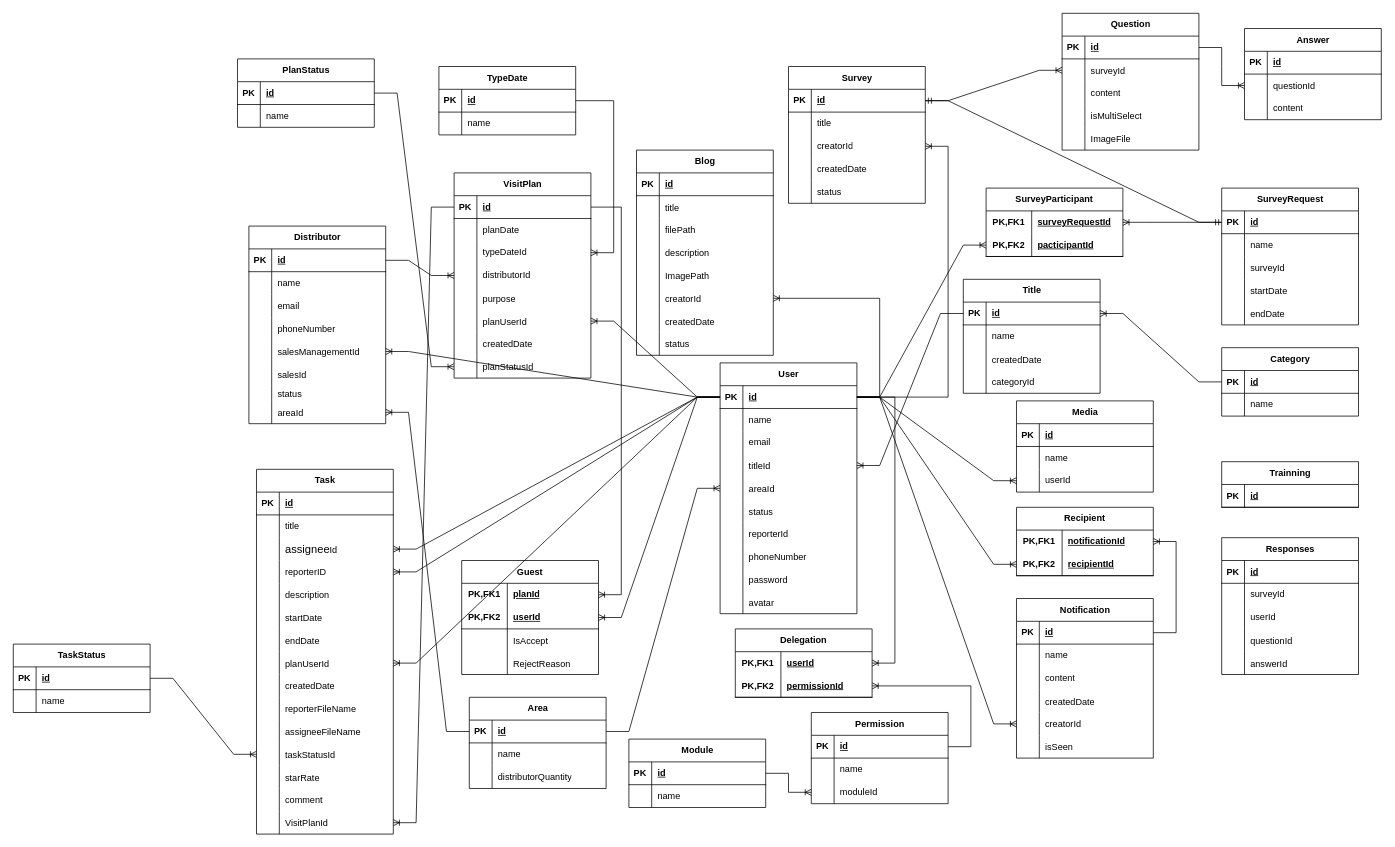
Earlier version of the draw.io diagram ERD.drawio (hoainam3152/CDExellentApp). Source tidied: cells renumbered, new cells numbered last; positions are measured from the earlier drawing's top-left corner, leaving out a move shared by most shapes. Both pictures are drawn from the tidied source at 76%, with x=0, y=0 at pixel (13, 13).
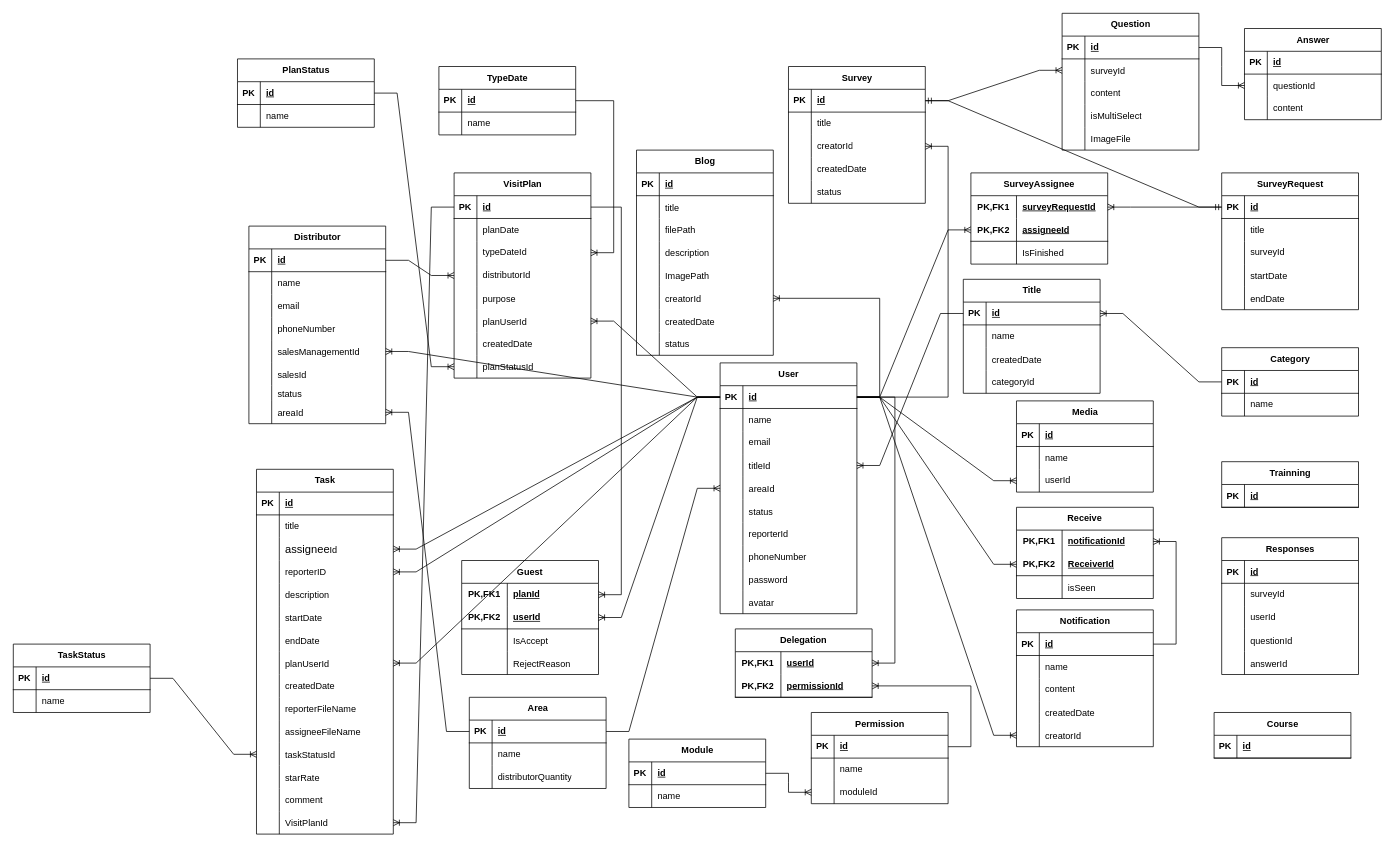
After the change.

Unchanged cells that the change refers to:
```xml
<mxCell id="279" style="shape=tableRow;horizontal=0;startSize=0;swimlaneHead=0;swimlaneBody=0;fillColor=none;points=[[0,0.5],[1,0.5]];portConstraint=eastwest;top=0;left=0;right=0;bottom=1;html=1;" parent="275" vertex="1">
  <mxGeometry y="60" width="180" height="30" as="geometry" />
</mxCell>
<mxCell id="318" style="shape=tableRow;horizontal=0;startSize=0;swimlaneHead=0;swimlaneBody=0;fillColor=none;top=0;left=0;right=0;bottom=0;" parent="314" vertex="1">
  <mxGeometry y="60" width="180" height="30" as="geometry" />
</mxCell>
<mxCell id="334" style="shape=tableRow;horizontal=0;startSize=0;swimlaneHead=0;swimlaneBody=0;fillColor=none;points=[[0,0.5],[1,0.5]];portConstraint=eastwest;top=0;left=0;right=0;bottom=1;html=1;" parent="330" vertex="1">
  <mxGeometry y="60" width="180" height="30" as="geometry" />
</mxCell>
```

Diff of the diagram source:
```diff
@@
     <mxCell id="256" value="Notification" style="shape=table;startSize=30;childLayout=tableLayout;rowLines=0;fontStyle=1;align=center;html=1;" parent="1" vertex="1">
-      <mxGeometry x="1320" y="770" width="180" height="210" as="geometry" />
+      <mxGeometry x="1320" y="785" width="180" height="180" as="geometry" />
     </mxCell>
@@
-    <mxCell id="272" style="shape=tableRow;horizontal=0;startSize=0;swimlaneHead=0;swimlaneBody=0;fillColor=none;top=0;left=0;right=0;bottom=0;" parent="256" vertex="1">
-      <mxGeometry y="180" width="180" height="30" as="geometry" />
-    </mxCell>
-    <mxCell id="273" style="shape=partialRectangle;fillColor=none;top=0;left=0;bottom=0;right=0;overflow=hidden;" parent="272" vertex="1">
-      <mxGeometry width="30" height="30" as="geometry" />
-    </mxCell>
-    <mxCell id="274" value="isSeen" style="shape=partialRectangle;fillColor=none;top=0;left=0;bottom=0;right=0;align=left;spacingLeft=6;overflow=hidden;" parent="272" vertex="1">
-      <mxGeometry x="30" width="150" height="30" as="geometry" />
-    </mxCell>
-    <mxCell id="275" value="Recipient" style="shape=table;startSize=30;childLayout=tableLayout;rowLines=0;fontStyle=1;align=center;html=1;whiteSpace=wrap;" parent="1" vertex="1">
-      <mxGeometry x="1320" y="650" width="180" height="90" as="geometry" />
+    <mxCell id="275" value="Receive" style="shape=table;startSize=30;childLayout=tableLayout;rowLines=0;fontStyle=1;align=center;html=1;whiteSpace=wrap;" parent="1" vertex="1">
+      <mxGeometry x="1320" y="650" width="180" height="120" as="geometry" />
     </mxCell>
@@
-    <mxCell id="281" value="recipientId" style="shape=partialRectangle;fillColor=none;top=0;left=0;bottom=0;right=0;align=left;spacingLeft=6;fontStyle=5;overflow=hidden;html=1;whiteSpace=wrap;" parent="279" vertex="1">
+    <mxCell id="281" value="ReceiverId" style="shape=partialRectangle;fillColor=none;top=0;left=0;bottom=0;right=0;align=left;spacingLeft=6;fontStyle=5;overflow=hidden;html=1;whiteSpace=wrap;" parent="279" vertex="1">
       <mxGeometry x="60" width="120" height="30" as="geometry" />
     </mxCell>
+    <mxCell id="272" style="shape=tableRow;horizontal=0;startSize=0;swimlaneHead=0;swimlaneBody=0;fillColor=none;top=0;left=0;right=0;bottom=0;" parent="275" vertex="1">
+      <mxGeometry y="90" width="180" height="30" as="geometry" />
+    </mxCell>
+    <mxCell id="273" style="shape=partialRectangle;fillColor=none;top=0;left=0;bottom=0;right=0;overflow=hidden;" parent="272" vertex="1">
+      <mxGeometry width="60" height="30" as="geometry" />
+    </mxCell>
+    <mxCell id="274" value="isSeen" style="shape=partialRectangle;fillColor=none;top=0;left=0;bottom=0;right=0;align=left;spacingLeft=6;overflow=hidden;" parent="272" vertex="1">
+      <mxGeometry x="60" width="120" height="30" as="geometry" />
+    </mxCell>
@@
     <mxCell id="314" value="SurveyRequest" style="shape=table;startSize=30;childLayout=tableLayout;rowLines=0;fontStyle=1;align=center;html=1;" parent="1" vertex="1">
-      <mxGeometry x="1590" y="230" width="180" height="180" as="geometry" />
+      <mxGeometry x="1590" y="210" width="180" height="180" as="geometry" />
     </mxCell>
@@
-    <mxCell id="320" value="name" style="shape=partialRectangle;fillColor=none;top=0;left=0;bottom=0;right=0;align=left;spacingLeft=6;overflow=hidden;whiteSpace=wrap;html=1;" parent="318" vertex="1">
+    <mxCell id="320" value="title" style="shape=partialRectangle;fillColor=none;top=0;left=0;bottom=0;right=0;align=left;spacingLeft=6;overflow=hidden;whiteSpace=wrap;html=1;" parent="318" vertex="1">
       <mxGeometry x="30" width="150" height="30" as="geometry" />
     </mxCell>
@@
-    <mxCell id="330" value="SurveyParticipant" style="shape=table;startSize=30;childLayout=tableLayout;rowLines=0;fontStyle=1;align=center;html=1;whiteSpace=wrap;" parent="1" vertex="1">
-      <mxGeometry x="1280" y="230" width="180" height="90" as="geometry" />
+    <mxCell id="330" value="SurveyAssignee" style="shape=table;startSize=30;childLayout=tableLayout;rowLines=0;fontStyle=1;align=center;html=1;whiteSpace=wrap;" parent="1" vertex="1">
+      <mxGeometry x="1260" y="210" width="180" height="120" as="geometry" />
     </mxCell>
@@
-    <mxCell id="336" value="pacticipantId" style="shape=partialRectangle;fillColor=none;top=0;left=0;bottom=0;right=0;align=left;spacingLeft=6;fontStyle=5;overflow=hidden;html=1;whiteSpace=wrap;" parent="334" vertex="1">
+    <mxCell id="336" value="assigneeId" style="shape=partialRectangle;fillColor=none;top=0;left=0;bottom=0;right=0;align=left;spacingLeft=6;fontStyle=5;overflow=hidden;html=1;whiteSpace=wrap;" parent="334" vertex="1">
       <mxGeometry x="60" width="120" height="30" as="geometry" />
     </mxCell>
+    <mxCell id="393" style="shape=tableRow;horizontal=0;startSize=0;swimlaneHead=0;swimlaneBody=0;fillColor=none;top=0;left=0;right=0;bottom=0;" parent="330" vertex="1">
+      <mxGeometry y="90" width="180" height="30" as="geometry" />
+    </mxCell>
+    <mxCell id="394" style="shape=partialRectangle;fillColor=none;top=0;left=0;bottom=0;right=0;overflow=hidden;" parent="393" vertex="1">
+      <mxGeometry width="60" height="30" as="geometry" />
+    </mxCell>
+    <mxCell id="395" value="IsFinished" style="shape=partialRectangle;fillColor=none;top=0;left=0;bottom=0;right=0;align=left;spacingLeft=6;overflow=hidden;" parent="393" vertex="1">
+      <mxGeometry x="60" width="120" height="30" as="geometry" />
+    </mxCell>
@@
+    <mxCell id="396" value="Course" style="shape=table;startSize=30;childLayout=tableLayout;rowLines=0;fontStyle=1;align=center;html=1;" parent="1" vertex="1">
+      <mxGeometry x="1580" y="920" width="180" height="60" as="geometry" />
+    </mxCell>
+    <mxCell id="397" style="shape=tableRow;horizontal=0;startSize=0;swimlaneHead=0;swimlaneBody=0;fillColor=none;top=0;left=0;right=0;bottom=1;" parent="396" vertex="1">
+      <mxGeometry y="30" width="180" height="30" as="geometry" />
+    </mxCell>
+    <mxCell id="398" value="PK" style="shape=partialRectangle;fillColor=none;top=0;left=0;bottom=0;right=0;fontStyle=1;overflow=hidden;whiteSpace=wrap;html=1;" parent="397" vertex="1">
+      <mxGeometry width="30" height="30" as="geometry" />
+    </mxCell>
+    <mxCell id="399" value="id" style="shape=partialRectangle;fillColor=none;top=0;left=0;bottom=0;right=0;align=left;spacingLeft=6;fontStyle=5;overflow=hidden;whiteSpace=wrap;html=1;" parent="397" vertex="1">
+      <mxGeometry x="30" width="150" height="30" as="geometry" />
+    </mxCell>
```
